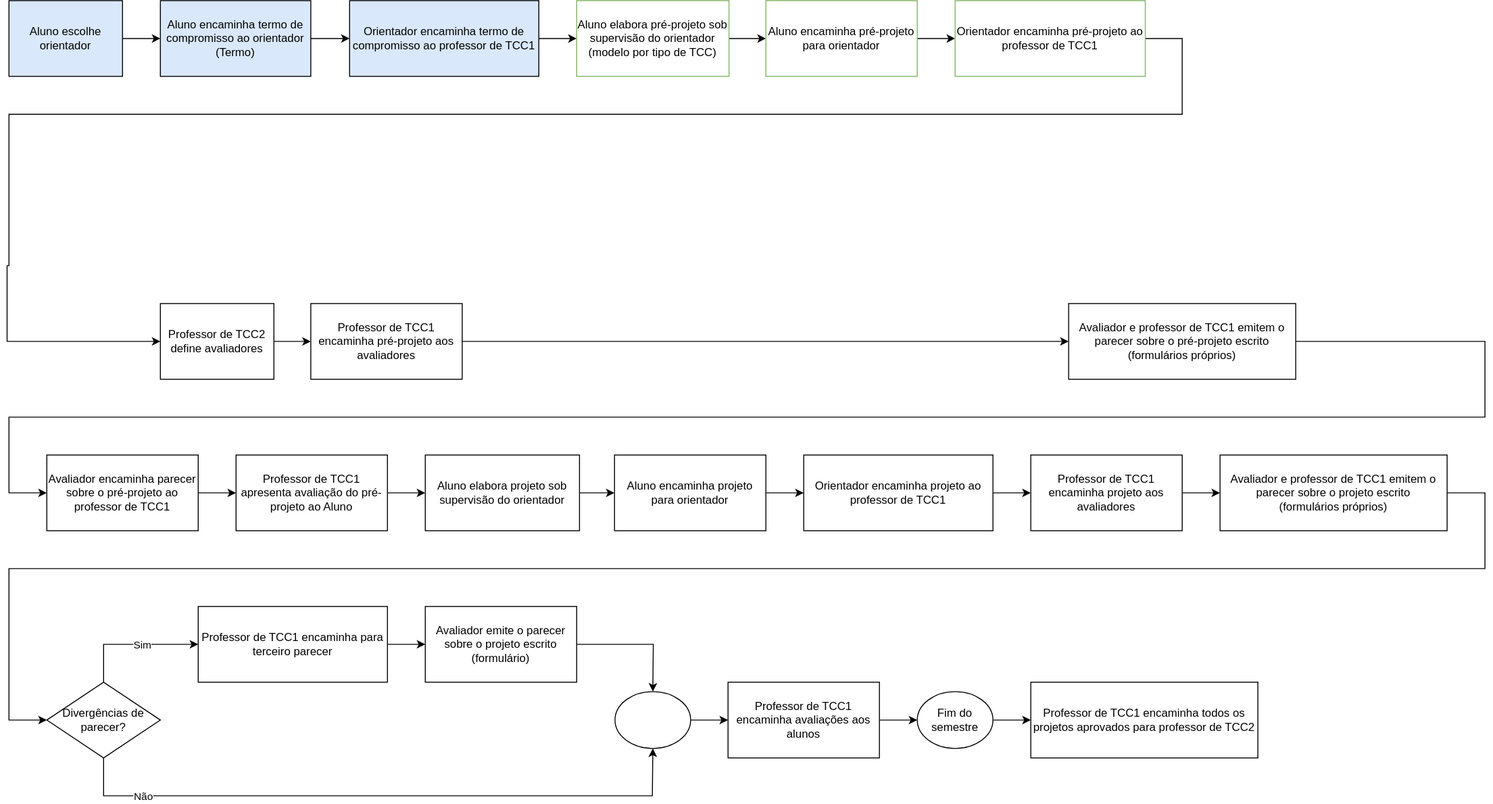
Earlier version of the draw.io export _SIS/Cronogramas/cronogramaFluxograma.drawio.svg (dalton-reis/disciplina_TCC1_Privado). Source tidied: cells renumbered, new cells last; positions are measured from the earlier drawing's top-left corner, leaving out a move shared by most shapes. Source of this version:
```xml
<mxGraphModel background="#ffffff">
  <root>
    <mxCell id="0" />
    <mxCell id="1" parent="0" />
    <mxCell id="2" style="edgeStyle=orthogonalEdgeStyle;rounded=0;jettySize=auto;html=1;fillColor=#dae8fc;strokeColor=#000000;fontColor=#000000;" parent="1" edge="1" source="3" target="5">
      <mxGeometry relative="1" as="geometry" />
    </mxCell>
    <mxCell id="3" value="Aluno escolhe orientador" style="whiteSpace=wrap;html=1;fillColor=#DAE8FC;strokeColor=#000000;" parent="1" vertex="1">
      <mxGeometry x="2" width="120" height="80" as="geometry" />
    </mxCell>
    <mxCell id="4" style="edgeStyle=orthogonalEdgeStyle;rounded=0;jettySize=auto;html=1;fillColor=#dae8fc;strokeColor=#000000;fontColor=#000000;" parent="1" edge="1" source="5" target="7">
      <mxGeometry relative="1" as="geometry" />
    </mxCell>
    <mxCell id="5" value="Aluno encaminha termo de compromisso ao orientador&lt;br&gt;(Termo)" style="whiteSpace=wrap;html=1;fillColor=#DAE8FC;strokeColor=#000000;" parent="1" vertex="1">
      <mxGeometry x="162" width="159" height="80" as="geometry" />
    </mxCell>
    <mxCell id="6" style="edgeStyle=orthogonalEdgeStyle;rounded=0;jettySize=auto;html=1;fillColor=#dae8fc;strokeColor=#000000;fontColor=#000000;" parent="1" edge="1" source="7" target="9">
      <mxGeometry relative="1" as="geometry" />
    </mxCell>
    <mxCell id="7" value="Orientador encaminha termo de compromisso ao professor de TCC1" style="whiteSpace=wrap;html=1;fillColor=#DAE8FC;strokeColor=#000000;" parent="1" vertex="1">
      <mxGeometry x="362" width="200" height="80" as="geometry" />
    </mxCell>
    <mxCell id="8" style="edgeStyle=orthogonalEdgeStyle;rounded=0;jettySize=auto;html=1;strokeColor=#000000;fontColor=#000000;fillColor=#dae8fc;" parent="1" edge="1" source="9" target="11">
      <mxGeometry relative="1" as="geometry" />
    </mxCell>
    <mxCell id="9" value="Aluno elabora pré-projeto sob supervisão do orientador&lt;br&gt;(modelo por tipo de TCC)" style="whiteSpace=wrap;html=1;fillColor=none;strokeColor=#82b366;" parent="1" vertex="1">
      <mxGeometry x="602" width="161" height="80" as="geometry" />
    </mxCell>
    <mxCell id="10" style="edgeStyle=orthogonalEdgeStyle;rounded=0;jettySize=auto;html=1;fillColor=#d5e8d4;strokeColor=#000000;fontColor=#000000;" parent="1" edge="1" source="11" target="13">
      <mxGeometry relative="1" as="geometry" />
    </mxCell>
    <mxCell id="11" value="Aluno encaminha pré-projeto para orientador" style="whiteSpace=wrap;html=1;fillColor=none;strokeColor=#82b366;" parent="1" vertex="1">
      <mxGeometry x="802" width="160" height="80" as="geometry" />
    </mxCell>
    <mxCell id="12" style="edgeStyle=orthogonalEdgeStyle;rounded=0;jettySize=auto;html=1;fontColor=#000000;entryX=0;entryY=0.5;entryDx=0;entryDy=0;" parent="1" edge="1" source="13" target="15">
      <mxGeometry relative="1" as="geometry">
        <Array as="points">
          <mxPoint x="1242" y="40" />
          <mxPoint x="1242" y="120" />
          <mxPoint x="2" y="120" />
          <mxPoint x="2" y="280" />
          <mxPoint y="280" />
          <mxPoint y="360" />
        </Array>
      </mxGeometry>
    </mxCell>
    <mxCell id="13" value="Orientador encaminha pré-projeto ao professor de TCC1" style="whiteSpace=wrap;html=1;fillColor=none;strokeColor=#82b366;" parent="1" vertex="1">
      <mxGeometry x="1002" width="201" height="80" as="geometry" />
    </mxCell>
    <mxCell id="14" style="edgeStyle=orthogonalEdgeStyle;rounded=0;jettySize=auto;html=1;fillColor=#d5e8d4;strokeColor=default;fontColor=#000000;" parent="1" edge="1" source="15" target="18">
      <mxGeometry relative="1" as="geometry" />
    </mxCell>
    <mxCell id="15" value="Professor de TCC2 define avaliadores" style="whiteSpace=wrap;html=1;fillColor=none;strokeColor=default;fontColor=#000000;" parent="1" vertex="1">
      <mxGeometry x="162" y="320" width="120" height="80" as="geometry" />
    </mxCell>
    <mxCell id="16" style="edgeStyle=orthogonalEdgeStyle;rounded=0;jettySize=auto;html=1;fontColor=#000000;exitX=1;exitY=0.5;exitDx=0;exitDy=0;" parent="1" edge="1" source="19" target="21">
      <mxGeometry relative="1" as="geometry">
        <Array as="points">
          <mxPoint x="1562" y="360" />
          <mxPoint x="1562" y="440" />
          <mxPoint x="2" y="440" />
          <mxPoint x="2" y="520" />
        </Array>
      </mxGeometry>
    </mxCell>
    <mxCell id="17" style="edgeStyle=orthogonalEdgeStyle;rounded=0;jettySize=auto;html=1;fontColor=#000000;" parent="1" edge="1" source="18" target="19">
      <mxGeometry relative="1" as="geometry" />
    </mxCell>
    <mxCell id="18" value="Professor de TCC1 encaminha pré-projeto aos avaliadores" style="whiteSpace=wrap;html=1;fillColor=none;strokeColor=default;fontColor=#000000;" parent="1" vertex="1">
      <mxGeometry x="321" y="320" width="160" height="80" as="geometry" />
    </mxCell>
    <mxCell id="19" value="Avaliador e professor de TCC1 emitem o parecer sobre o pré-projeto escrito&lt;br&gt;(formulários próprios)" style="whiteSpace=wrap;html=1;fillColor=none;strokeColor=default;fontColor=#000000;" parent="1" vertex="1">
      <mxGeometry x="1122" y="320" width="240" height="80" as="geometry" />
    </mxCell>
    <mxCell id="20" style="edgeStyle=orthogonalEdgeStyle;rounded=0;jettySize=auto;html=1;fontColor=#000000;" parent="1" edge="1" source="21" target="23">
      <mxGeometry relative="1" as="geometry" />
    </mxCell>
    <mxCell id="21" value="Avaliador encaminha parecer sobre o pré-projeto ao professor de TCC1" style="whiteSpace=wrap;html=1;fillColor=none;strokeColor=default;fontColor=#000000;" parent="1" vertex="1">
      <mxGeometry x="42" y="480" width="160" height="80" as="geometry" />
    </mxCell>
    <mxCell id="22" style="edgeStyle=orthogonalEdgeStyle;rounded=0;jettySize=auto;html=1;fontColor=#000000;" parent="1" edge="1" source="23" target="25">
      <mxGeometry relative="1" as="geometry" />
    </mxCell>
    <mxCell id="23" value="Professor de TCC1 apresenta avaliação do pré-projeto ao Aluno" style="whiteSpace=wrap;html=1;fillColor=none;strokeColor=default;fontColor=#000000;" parent="1" vertex="1">
      <mxGeometry x="242" y="480" width="160" height="80" as="geometry" />
    </mxCell>
    <mxCell id="24" style="edgeStyle=orthogonalEdgeStyle;rounded=0;jettySize=auto;html=1;fontColor=#000000;" parent="1" edge="1" source="25" target="27">
      <mxGeometry relative="1" as="geometry" />
    </mxCell>
    <mxCell id="25" value="Aluno elabora projeto sob supervisão do orientador" style="whiteSpace=wrap;html=1;fontColor=#000000;fillColor=none;" parent="1" vertex="1">
      <mxGeometry x="442" y="480" width="163" height="80" as="geometry" />
    </mxCell>
    <mxCell id="26" style="edgeStyle=orthogonalEdgeStyle;rounded=0;jettySize=auto;html=1;fontColor=#000000;" parent="1" edge="1" source="27" target="29">
      <mxGeometry relative="1" as="geometry" />
    </mxCell>
    <mxCell id="27" value="Aluno encaminha projeto para orientador" style="whiteSpace=wrap;html=1;fontColor=#000000;" parent="1" vertex="1">
      <mxGeometry x="642" y="480" width="160" height="80" as="geometry" />
    </mxCell>
    <mxCell id="28" style="edgeStyle=orthogonalEdgeStyle;rounded=0;jettySize=auto;html=1;fontColor=#000000;" parent="1" edge="1" source="29" target="31">
      <mxGeometry relative="1" as="geometry" />
    </mxCell>
    <mxCell id="29" value="Orientador encaminha projeto ao professor de TCC1" style="whiteSpace=wrap;html=1;fontColor=#000000;" parent="1" vertex="1">
      <mxGeometry x="842" y="480" width="200" height="80" as="geometry" />
    </mxCell>
    <mxCell id="30" style="edgeStyle=orthogonalEdgeStyle;rounded=0;jettySize=auto;html=1;fontColor=#000000;" parent="1" edge="1" source="31" target="33">
      <mxGeometry relative="1" as="geometry" />
    </mxCell>
    <mxCell id="31" value="Professor de TCC1 encaminha projeto aos avaliadores" style="whiteSpace=wrap;html=1;fontColor=#000000;" parent="1" vertex="1">
      <mxGeometry x="1082" y="480" width="160" height="80" as="geometry" />
    </mxCell>
    <mxCell id="32" style="edgeStyle=orthogonalEdgeStyle;rounded=0;jettySize=auto;html=1;fontColor=#000000;" parent="1" edge="1" source="33" target="38">
      <mxGeometry relative="1" as="geometry">
        <Array as="points">
          <mxPoint x="1562" y="520" />
          <mxPoint x="1562" y="600" />
          <mxPoint x="2" y="600" />
          <mxPoint x="2" y="760" />
        </Array>
      </mxGeometry>
    </mxCell>
    <mxCell id="33" value="Avaliador e professor de TCC1 emitem o parecer sobre o projeto escrito&lt;br&gt;(formulários próprios)" style="whiteSpace=wrap;html=1;fontColor=#000000;" parent="1" vertex="1">
      <mxGeometry x="1282" y="480" width="240" height="80" as="geometry" />
    </mxCell>
    <mxCell id="34" style="edgeStyle=orthogonalEdgeStyle;rounded=0;jettySize=auto;html=1;exitX=0.5;exitY=0;exitDx=0;exitDy=0;entryX=0;entryY=0.5;entryDx=0;entryDy=0;fontColor=#000000;" parent="1" edge="1" source="38" target="40">
      <mxGeometry relative="1" as="geometry">
        <Array as="points">
          <mxPoint x="102" y="680" />
        </Array>
      </mxGeometry>
    </mxCell>
    <mxCell id="35" value="Sim" style="edgeLabel;html=1;align=center;verticalAlign=middle;fontColor=#000000;" parent="34" vertex="1">
      <mxGeometry x="-0.13" y="-2" relative="1" as="geometry">
        <mxPoint x="19" y="-2" as="offset" />
      </mxGeometry>
    </mxCell>
    <mxCell id="36" style="edgeStyle=orthogonalEdgeStyle;rounded=0;jettySize=auto;html=1;exitX=0.5;exitY=1;exitDx=0;exitDy=0;fontColor=#000000;" parent="1" edge="1" source="38" target="44">
      <mxGeometry relative="1" as="geometry">
        <Array as="points">
          <mxPoint x="102" y="840" />
          <mxPoint x="682" y="840" />
        </Array>
      </mxGeometry>
    </mxCell>
    <mxCell id="37" value="Não" style="edgeLabel;html=1;align=center;verticalAlign=middle;fontColor=#000000;" parent="36" vertex="1">
      <mxGeometry y="2" relative="1" as="geometry">
        <mxPoint x="-254" y="2" as="offset" />
      </mxGeometry>
    </mxCell>
    <mxCell id="38" value="Divergências de parecer?" style="rhombus;whiteSpace=wrap;html=1;fontColor=#000000;" parent="1" vertex="1">
      <mxGeometry x="42" y="720" width="120" height="80" as="geometry" />
    </mxCell>
    <mxCell id="39" style="edgeStyle=orthogonalEdgeStyle;rounded=0;jettySize=auto;html=1;exitX=1;exitY=0.5;exitDx=0;exitDy=0;entryX=0;entryY=0.5;entryDx=0;entryDy=0;fontColor=#000000;" parent="1" edge="1" source="40" target="42">
      <mxGeometry relative="1" as="geometry" />
    </mxCell>
    <mxCell id="40" value="Professor de TCC1 encaminha para terceiro parecer" style="whiteSpace=wrap;html=1;fontColor=#000000;" parent="1" vertex="1">
      <mxGeometry x="202" y="640" width="200" height="80" as="geometry" />
    </mxCell>
    <mxCell id="41" style="edgeStyle=orthogonalEdgeStyle;rounded=0;jettySize=auto;html=1;exitX=1;exitY=0.5;exitDx=0;exitDy=0;fontColor=#000000;" parent="1" edge="1" source="42" target="44">
      <mxGeometry relative="1" as="geometry">
        <Array as="points">
          <mxPoint x="683" y="680" />
        </Array>
      </mxGeometry>
    </mxCell>
    <mxCell id="42" value="Avaliador emite o parecer sobre o projeto escrito&lt;br&gt;(formulário)" style="whiteSpace=wrap;html=1;fontColor=#000000;" parent="1" vertex="1">
      <mxGeometry x="442" y="640" width="160" height="80" as="geometry" />
    </mxCell>
    <mxCell id="43" style="edgeStyle=orthogonalEdgeStyle;rounded=0;jettySize=auto;html=1;fontColor=#000000;" parent="1" edge="1" source="44" target="46">
      <mxGeometry relative="1" as="geometry" />
    </mxCell>
    <mxCell id="44" style="ellipse;whiteSpace=wrap;html=1;fontColor=#000000;" parent="1" vertex="1">
      <mxGeometry x="642.5" y="730" width="80" height="60" as="geometry" />
    </mxCell>
    <mxCell id="45" style="edgeStyle=orthogonalEdgeStyle;rounded=0;jettySize=auto;html=1;fontColor=#000000;" parent="1" edge="1" source="46" target="48">
      <mxGeometry relative="1" as="geometry" />
    </mxCell>
    <mxCell id="46" value="Professor de TCC1 encaminha avaliações aos alunos" style="whiteSpace=wrap;html=1;fontColor=#000000;" parent="1" vertex="1">
      <mxGeometry x="762" y="720" width="160" height="80" as="geometry" />
    </mxCell>
    <mxCell id="47" style="edgeStyle=orthogonalEdgeStyle;rounded=0;jettySize=auto;html=1;fontColor=#000000;" parent="1" edge="1" source="48" target="49">
      <mxGeometry relative="1" as="geometry" />
    </mxCell>
    <mxCell id="48" value="Fim do semestre" style="ellipse;whiteSpace=wrap;html=1;fontColor=#000000;" parent="1" vertex="1">
      <mxGeometry x="962" y="730" width="80" height="60" as="geometry" />
    </mxCell>
    <mxCell id="49" value="Professor de TCC1 encaminha todos os projetos aprovados para professor de TCC2" style="whiteSpace=wrap;html=1;fontColor=#000000;" parent="1" vertex="1">
      <mxGeometry x="1082" y="720" width="240" height="80" as="geometry" />
    </mxCell>
  </root>
</mxGraphModel>
```
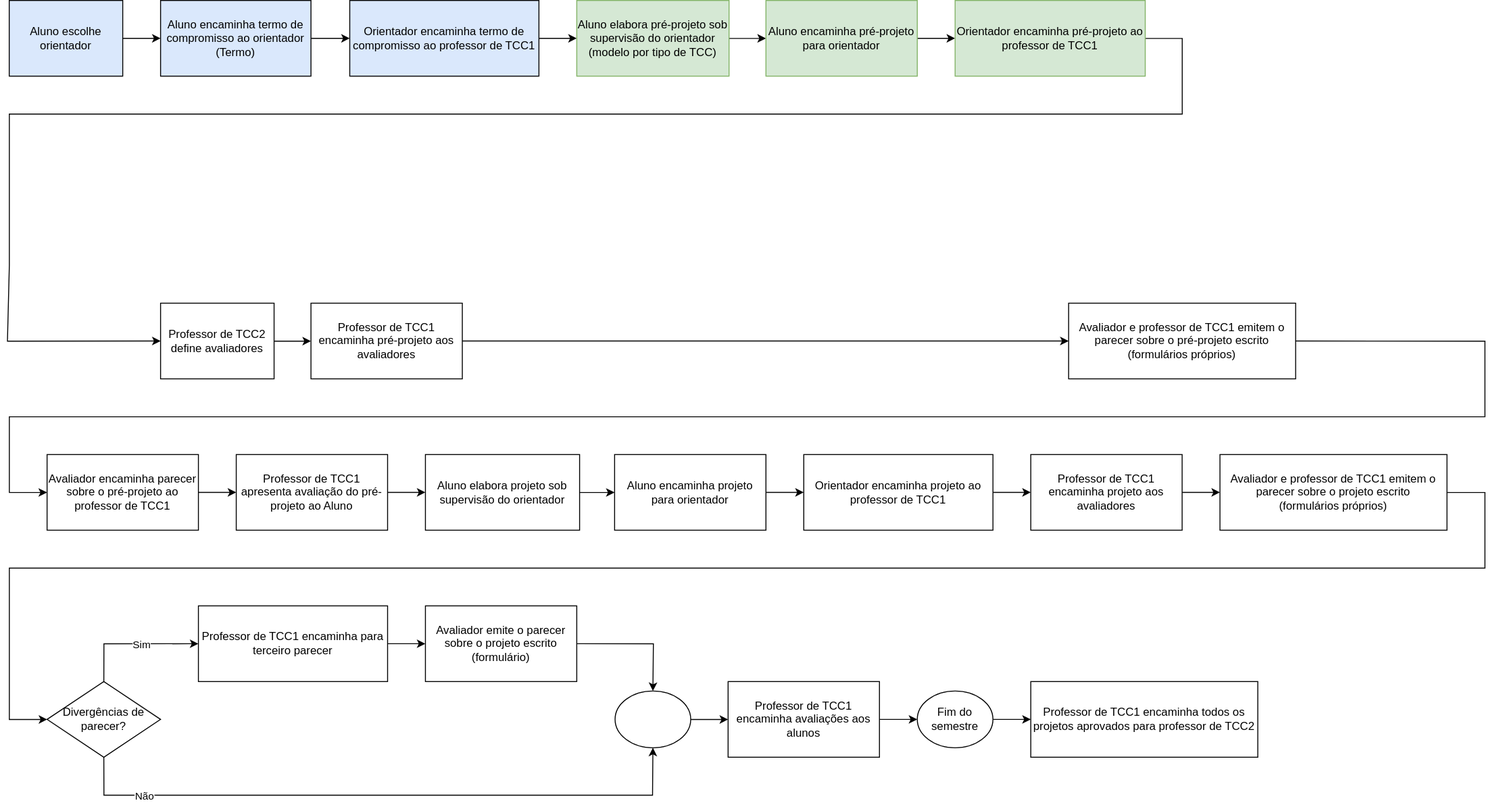
The same diagram one commit later.

The edit, as a diff of the source:
```diff
@@ -23,13 +23,13 @@
     <mxCell id="8" style="edgeStyle=orthogonalEdgeStyle;rounded=0;jettySize=auto;html=1;strokeColor=#000000;fontColor=#000000;fillColor=#dae8fc;" parent="1" edge="1" source="9" target="11">
       <mxGeometry relative="1" as="geometry" />
     </mxCell>
-    <mxCell id="9" value="Aluno elabora pré-projeto sob supervisão do orientador&lt;br&gt;(modelo por tipo de TCC)" style="whiteSpace=wrap;html=1;fillColor=none;strokeColor=#82b366;" parent="1" vertex="1">
+    <mxCell id="9" value="Aluno elabora pré-projeto sob supervisão do orientador&lt;br&gt;(modelo por tipo de TCC)" style="whiteSpace=wrap;html=1;fillColor=#d5e8d4;strokeColor=#82b366;" parent="1" vertex="1">
       <mxGeometry x="602" width="161" height="80" as="geometry" />
     </mxCell>
     <mxCell id="10" style="edgeStyle=orthogonalEdgeStyle;rounded=0;jettySize=auto;html=1;fillColor=#d5e8d4;strokeColor=#000000;fontColor=#000000;" parent="1" edge="1" source="11" target="13">
       <mxGeometry relative="1" as="geometry" />
     </mxCell>
-    <mxCell id="11" value="Aluno encaminha pré-projeto para orientador" style="whiteSpace=wrap;html=1;fillColor=none;strokeColor=#82b366;" parent="1" vertex="1">
+    <mxCell id="11" value="Aluno encaminha pré-projeto para orientador" style="whiteSpace=wrap;html=1;fillColor=#d5e8d4;strokeColor=#82b366;" parent="1" vertex="1">
       <mxGeometry x="802" width="160" height="80" as="geometry" />
     </mxCell>
     <mxCell id="12" style="edgeStyle=orthogonalEdgeStyle;rounded=0;jettySize=auto;html=1;fontColor=#000000;entryX=0;entryY=0.5;entryDx=0;entryDy=0;" parent="1" edge="1" source="13" target="15">
@@ -44,7 +44,7 @@
         </Array>
       </mxGeometry>
     </mxCell>
-    <mxCell id="13" value="Orientador encaminha pré-projeto ao professor de TCC1" style="whiteSpace=wrap;html=1;fillColor=none;strokeColor=#82b366;" parent="1" vertex="1">
+    <mxCell id="13" value="Orientador encaminha pré-projeto ao professor de TCC1" style="whiteSpace=wrap;html=1;fillColor=#d5e8d4;strokeColor=#82b366;" parent="1" vertex="1">
       <mxGeometry x="1002" width="201" height="80" as="geometry" />
     </mxCell>
     <mxCell id="14" style="edgeStyle=orthogonalEdgeStyle;rounded=0;jettySize=auto;html=1;fillColor=#d5e8d4;strokeColor=default;fontColor=#000000;" parent="1" edge="1" source="15" target="18">
```
